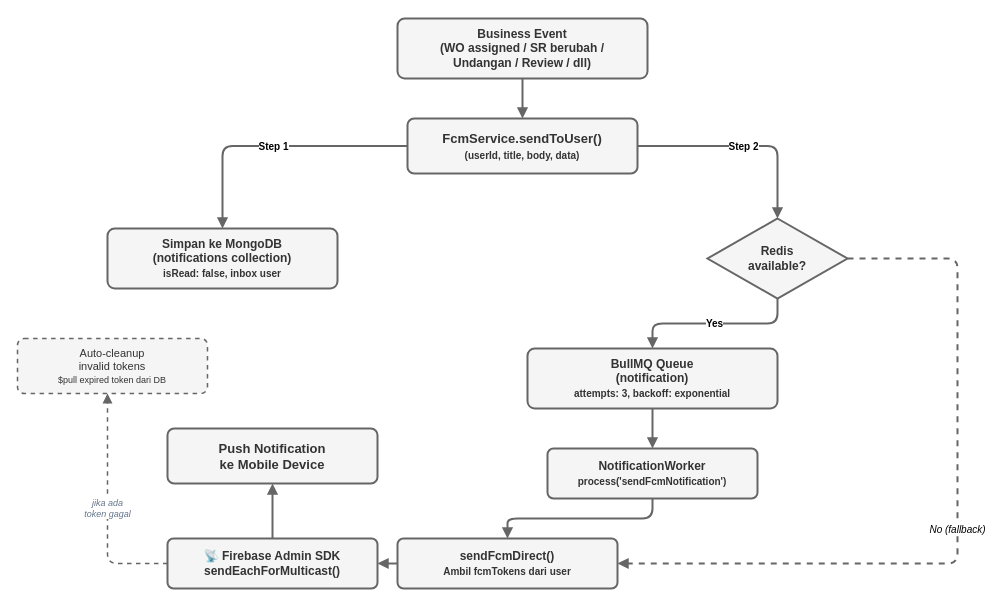
This is page "Mekanisme Notifikasi" (2 of 2) of docs/diagrams_autoclose_notification.drawio from NandaFebian/workorder-portal, a draw.io file, before an edit. Source tidied: cells renumbered, new cells numbered last; positions are measured from the earlier drawing's top-left corner, leaving out a move shared by most shapes. Both pictures are drawn from the tidied source at 100%, with x=0, y=0 at pixel (17, 18).
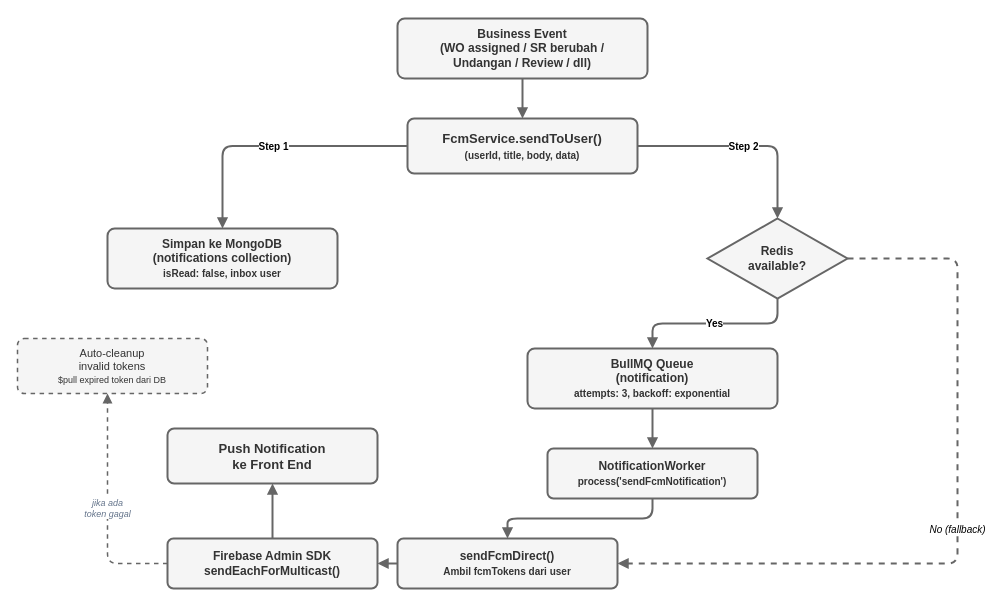
Above is the later version.

Change to the diagram source:
```diff
@@
-    <mxCell id="16" value="📡 Firebase Admin SDK&lt;br&gt;sendEachForMulticast()" style="rounded=1;whiteSpace=wrap;html=1;strokeWidth=2;fontStyle=1;fontSize=12;arcSize=12;fillColor=#f5f5f5;strokeColor=#666666;fontColor=#333333;" parent="1" vertex="1">
+    <mxCell id="16" value="Firebase Admin SDK&lt;br&gt;sendEachForMulticast()" style="rounded=1;whiteSpace=wrap;html=1;strokeWidth=2;fontStyle=1;fontSize=12;arcSize=12;fillColor=#f5f5f5;strokeColor=#666666;fontColor=#333333;" parent="1" vertex="1">
       <mxGeometry x="150" y="520" width="210" height="50" as="geometry" />
     </mxCell>
@@
-    <mxCell id="18" value="Push Notification&lt;br&gt;ke Mobile Device" style="rounded=1;whiteSpace=wrap;html=1;strokeWidth=2;fontStyle=1;fontSize=13;arcSize=12;fillColor=#f5f5f5;strokeColor=#666666;fontColor=#333333;" parent="1" vertex="1">
+    <mxCell id="18" value="Push Notification&lt;br&gt;ke Front End" style="rounded=1;whiteSpace=wrap;html=1;strokeWidth=2;fontStyle=1;fontSize=13;arcSize=12;fillColor=#f5f5f5;strokeColor=#666666;fontColor=#333333;" parent="1" vertex="1">
       <mxGeometry x="150" y="410" width="210" height="55" as="geometry" />
     </mxCell>
```
